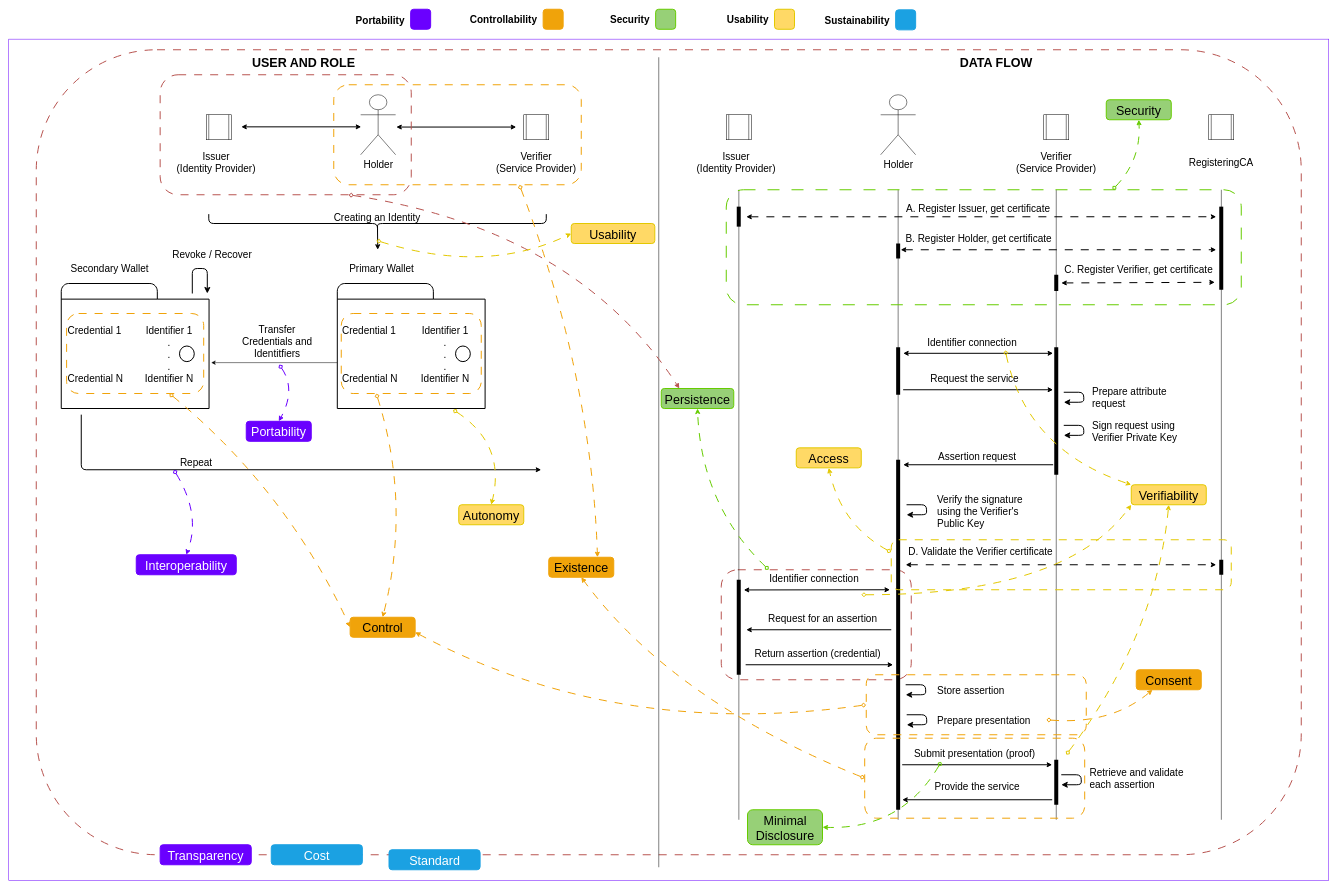
This is definition/images/SSI_process_flow/SSI_process_flow_raw.drawio from cristianlepore/Self-Sovereign-Identity, a draw.io file, before an edit. Source tidied: cells renumbered, new cells numbered last; positions are measured from the earlier drawing's top-left corner, leaving out a move shared by most shapes. Both pictures are drawn from the tidied source at 50%, with x=0, y=0 at pixel (8, 9).
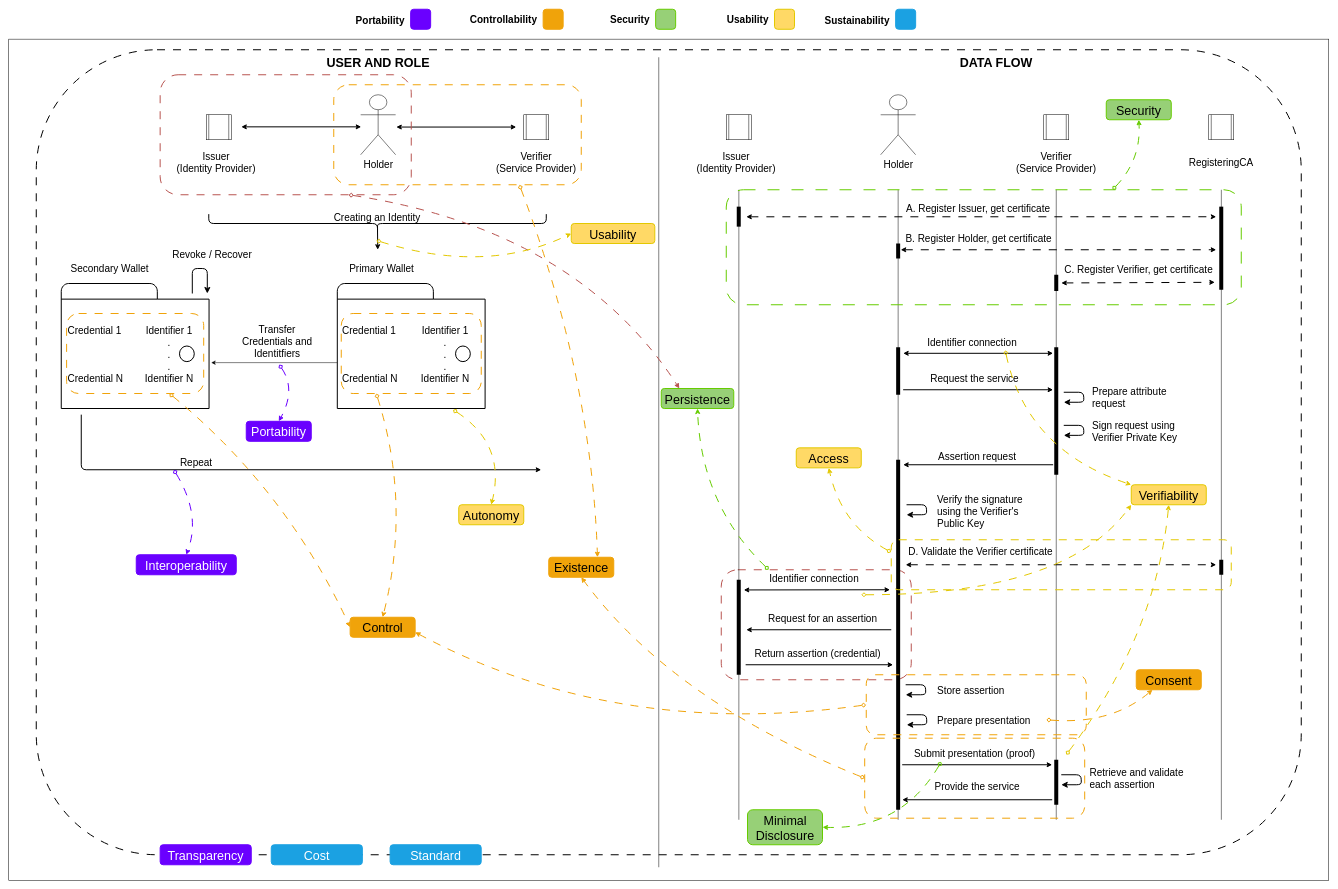
Above is the later version.

The edit, as a diff of the source:
```diff
@@
-    <mxCell id="3" style="rounded=1;whiteSpace=wrap;html=1;fillColor=none;dashed=1;dashPattern=8 8;strokeWidth=2;strokeColor=#b85450;" parent="1" vertex="1">
+    <mxCell id="3" style="rounded=1;whiteSpace=wrap;html=1;fillColor=none;dashed=1;dashPattern=8 8;strokeWidth=2;strokeColor=#000000;" parent="1" vertex="1">
       <mxGeometry x="55" y="81" width="2530" height="1610" as="geometry" />
     </mxCell>
-    <mxCell id="4" style="rounded=0;whiteSpace=wrap;html=1;fillColor=none;strokeColor=#6A00FF;" parent="1" vertex="1">
-      <mxGeometry y="59.8" width="2640" height="1682.5" as="geometry" />
-    </mxCell>
@@
     <mxCell id="58" value="&lt;div&gt;&lt;b&gt;&lt;font style=&quot;font-size: 25px;&quot;&gt;USER AND ROLE&lt;/font&gt;&lt;/b&gt;&lt;br&gt;&lt;/div&gt;" style="text;html=1;align=center;verticalAlign=middle;whiteSpace=wrap;rounded=0;" parent="1" vertex="1">
-      <mxGeometry x="485" y="91" width="210" height="30" as="geometry" />
+      <mxGeometry x="633.8" y="91" width="210" height="30" as="geometry" />
     </mxCell>
@@
     <mxCell id="119" style="text;html=1;align=center;verticalAlign=middle;whiteSpace=wrap;rounded=1;fillColor=#1BA1E2;strokeColor=#1BA1E2;strokeWidth=2;" parent="1" vertex="1">
-      <mxGeometry x="1773.8" y="1.2" width="40" height="40" as="geometry" />
+      <mxGeometry x="1773.8" width="40" height="40" as="geometry" />
     </mxCell>
@@
     <mxCell id="132" value="&lt;font style=&quot;font-size: 25px; color: rgb(255, 255, 255);&quot;&gt;Standard&lt;/font&gt;" style="text;html=1;align=center;verticalAlign=middle;whiteSpace=wrap;rounded=1;fillColor=#1BA1E2;strokeColor=#1BA1E2;strokeWidth=2;" parent="1" vertex="1">
-      <mxGeometry x="760.5" y="1681" width="182.2" height="40" as="geometry" />
+      <mxGeometry x="762.7" y="1671" width="182.2" height="40" as="geometry" />
     </mxCell>
@@
+    <mxCell id="4" style="rounded=0;whiteSpace=wrap;html=1;fillColor=none;strokeColor=#000000;" parent="1" vertex="1">
+      <mxGeometry y="59.8" width="2640" height="1682.5" as="geometry" />
+    </mxCell>
```
